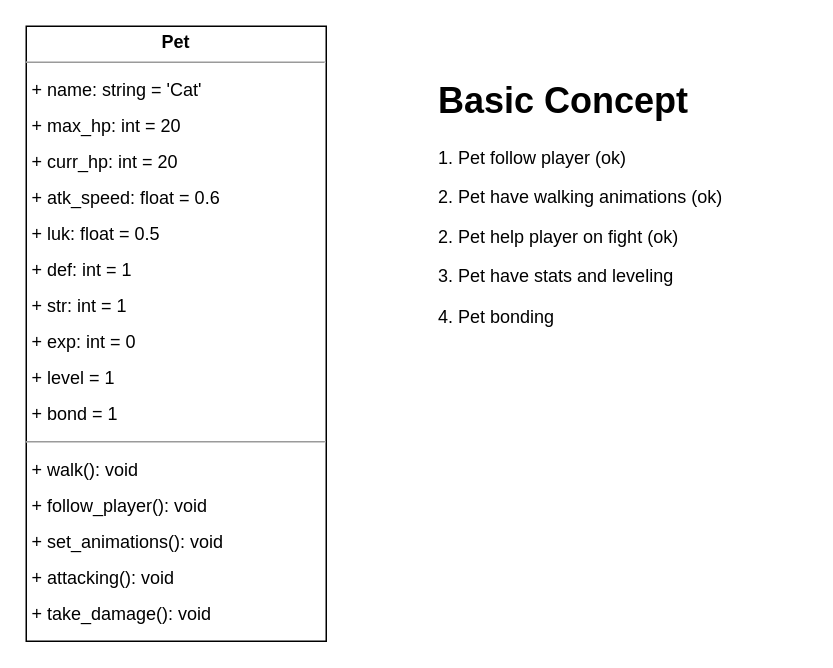
The draw.io diagram game_design/pet_system_design.drawio in imlana21/top-down-game2, before the edit. Source tidied: cells renumbered, new cells numbered last; positions are measured from the earlier drawing's top-left corner, leaving out a move shared by most shapes. Both pictures are drawn from the tidied source at 150%, with x=0, y=0 at pixel (26, 26).
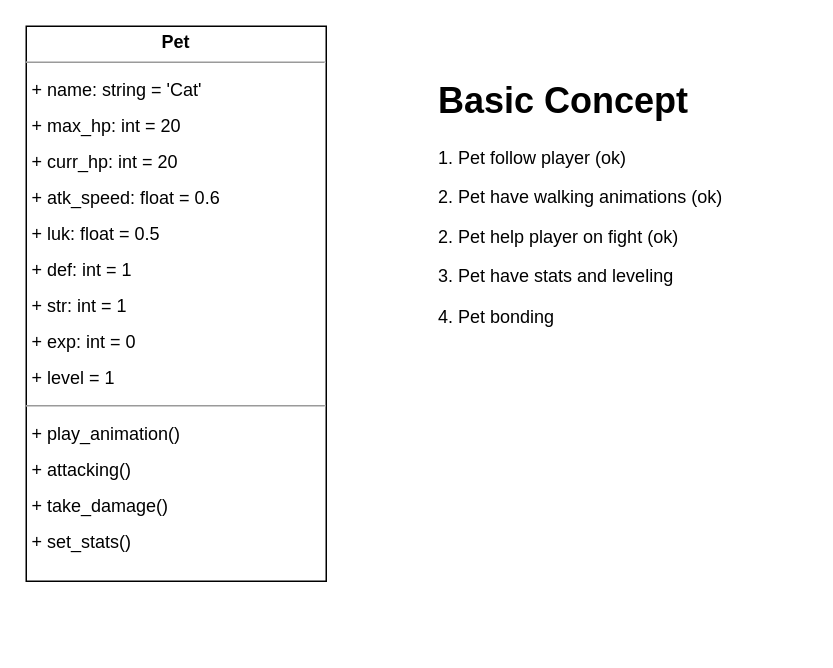
Above is the later version.

Diff of the diagram source:
```diff
@@
 <mxGraphModel>
   <root>
     <mxCell id="0" />
     <mxCell id="1" parent="0" />
-    <mxCell id="2" value="&lt;p style=&quot;margin:0px;margin-top:4px;text-align:center;&quot;&gt;&lt;b&gt;Pet&lt;/b&gt;&lt;/p&gt;&lt;hr size=&quot;1&quot;&gt;&lt;p style=&quot;margin: 0px 0px 0px 4px; line-height: 200%;&quot;&gt;+ name: string = 'Cat'&lt;/p&gt;&lt;p style=&quot;margin: 0px 0px 0px 4px; line-height: 200%;&quot;&gt;+ max_hp: int = 20&lt;/p&gt;&lt;p style=&quot;margin: 0px 0px 0px 4px; line-height: 200%;&quot;&gt;+ curr_hp: int = 20&lt;/p&gt;&lt;p style=&quot;margin: 0px 0px 0px 4px; line-height: 200%;&quot;&gt;+ atk_speed: float = 0.6&lt;/p&gt;&lt;p style=&quot;margin: 0px 0px 0px 4px; line-height: 200%;&quot;&gt;+ luk: float = 0.5&lt;/p&gt;&lt;p style=&quot;margin: 0px 0px 0px 4px; line-height: 200%;&quot;&gt;+ def: int = 1&lt;/p&gt;&lt;p style=&quot;margin: 0px 0px 0px 4px; line-height: 200%;&quot;&gt;+ str: int = 1&lt;/p&gt;&lt;p style=&quot;margin: 0px 0px 0px 4px; line-height: 200%;&quot;&gt;+ exp: int = 0&lt;/p&gt;&lt;p style=&quot;margin: 0px 0px 0px 4px; line-height: 200%;&quot;&gt;+ level = 1&lt;/p&gt;&lt;p style=&quot;margin: 0px 0px 0px 4px; line-height: 200%;&quot;&gt;+ bond = 1&lt;/p&gt;&lt;hr style=&quot;line-height: 200%;&quot; size=&quot;1&quot;&gt;&lt;p style=&quot;margin: 0px 0px 0px 4px; line-height: 200%;&quot;&gt;+ walk(): void&lt;/p&gt;&lt;p style=&quot;margin: 0px 0px 0px 4px; line-height: 200%;&quot;&gt;+ follow_player(): void&lt;/p&gt;&lt;p style=&quot;margin: 0px 0px 0px 4px; line-height: 200%;&quot;&gt;+ set_animations(): void&lt;/p&gt;&lt;p style=&quot;margin: 0px 0px 0px 4px; line-height: 200%;&quot;&gt;+ attacking(): void&lt;/p&gt;&lt;p style=&quot;margin: 0px 0px 0px 4px; line-height: 200%;&quot;&gt;+ take_damage(): void&lt;/p&gt;" style="verticalAlign=top;align=left;overflow=fill;fontSize=12;fontFamily=Helvetica;html=1;" parent="1" vertex="1">
-      <mxGeometry width="200" height="410" as="geometry" />
+    <mxCell id="2" value="&lt;p style=&quot;margin:0px;margin-top:4px;text-align:center;&quot;&gt;&lt;b&gt;Pet&lt;/b&gt;&lt;/p&gt;&lt;hr size=&quot;1&quot;&gt;&lt;p style=&quot;margin: 0px 0px 0px 4px; line-height: 200%;&quot;&gt;+ name: string = 'Cat'&lt;/p&gt;&lt;p style=&quot;margin: 0px 0px 0px 4px; line-height: 200%;&quot;&gt;+ max_hp: int = 20&lt;/p&gt;&lt;p style=&quot;margin: 0px 0px 0px 4px; line-height: 200%;&quot;&gt;+ curr_hp: int = 20&lt;/p&gt;&lt;p style=&quot;margin: 0px 0px 0px 4px; line-height: 200%;&quot;&gt;+ atk_speed: float = 0.6&lt;/p&gt;&lt;p style=&quot;margin: 0px 0px 0px 4px; line-height: 200%;&quot;&gt;+ luk: float = 0.5&lt;/p&gt;&lt;p style=&quot;margin: 0px 0px 0px 4px; line-height: 200%;&quot;&gt;+ def: int = 1&lt;/p&gt;&lt;p style=&quot;margin: 0px 0px 0px 4px; line-height: 200%;&quot;&gt;+ str: int = 1&lt;/p&gt;&lt;p style=&quot;margin: 0px 0px 0px 4px; line-height: 200%;&quot;&gt;+ exp: int = 0&lt;/p&gt;&lt;p style=&quot;margin: 0px 0px 0px 4px; line-height: 200%;&quot;&gt;+ level = 1&lt;br&gt;&lt;/p&gt;&lt;hr style=&quot;line-height: 200%;&quot; size=&quot;1&quot;&gt;&lt;p style=&quot;margin: 0px 0px 0px 4px; line-height: 200%;&quot;&gt;+ play_animation()&lt;/p&gt;&lt;p style=&quot;margin: 0px 0px 0px 4px; line-height: 200%;&quot;&gt;+ attacking()&lt;/p&gt;&lt;p style=&quot;margin: 0px 0px 0px 4px; line-height: 200%;&quot;&gt;+ take_damage()&lt;/p&gt;&lt;p style=&quot;margin: 0px 0px 0px 4px; line-height: 200%;&quot;&gt;+ set_stats()&lt;br&gt;&lt;/p&gt;" style="verticalAlign=top;align=left;overflow=fill;fontSize=12;fontFamily=Helvetica;html=1;" parent="1" vertex="1">
+      <mxGeometry width="200" height="370" as="geometry" />
     </mxCell>
     <mxCell id="3" value="&lt;h1&gt;Basic Concept&lt;/h1&gt;&lt;p&gt;1. Pet follow player (ok)&lt;br&gt;&lt;/p&gt;&lt;p&gt;2. Pet have walking animations (ok)&lt;/p&gt;&lt;p&gt;2. Pet help player on fight (ok)&lt;/p&gt;&lt;p&gt;3. Pet have stats and leveling&lt;/p&gt;&lt;p&gt;4. Pet bonding&lt;/p&gt;" style="text;html=1;strokeColor=none;fillColor=none;spacing=5;spacingTop=-20;whiteSpace=wrap;overflow=hidden;rounded=0;" parent="1" vertex="1">
       <mxGeometry x="270" y="30" width="250" height="190" as="geometry" />
     </mxCell>
   </root>
 </mxGraphModel>
```
